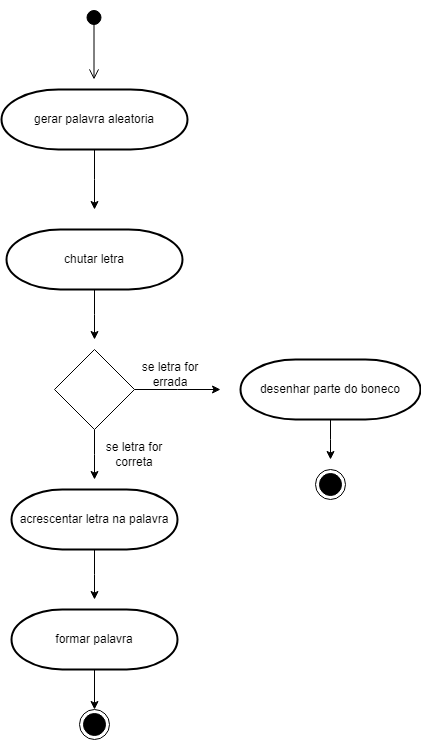
KalCastro/Jogo_da_Forca keeps this draw.io diagram as Diagrama de Atividade.drawio.png. Above is the earlier version. Source tidied: cells renumbered, new cells last; positions are measured from the earlier drawing's top-left corner, leaving out a move shared by most shapes. Source of this version:
```xml
<mxGraphModel>
  <root>
    <mxCell id="0" />
    <mxCell id="1" parent="0" />
    <mxCell id="2" style="edgeStyle=orthogonalEdgeStyle;rounded=0;jettySize=auto;html=1;" parent="1" edge="1" source="4">
      <mxGeometry relative="1" as="geometry">
        <mxPoint x="219" y="380" as="targetPoint" />
      </mxGeometry>
    </mxCell>
    <mxCell id="3" style="edgeStyle=orthogonalEdgeStyle;rounded=0;jettySize=auto;html=1;" parent="1" edge="1" source="4">
      <mxGeometry relative="1" as="geometry">
        <mxPoint x="93" y="470" as="targetPoint" />
      </mxGeometry>
    </mxCell>
    <mxCell id="4" style="rhombus;whiteSpace=wrap;html=1;" parent="1" vertex="1">
      <mxGeometry x="53" y="340" width="80" height="80" as="geometry" />
    </mxCell>
    <mxCell id="5" style="edgeStyle=orthogonalEdgeStyle;rounded=0;jettySize=auto;html=1;entryX=0.5;entryY=0;entryDx=0;entryDy=0;" parent="1" edge="1" source="6" target="19">
      <mxGeometry relative="1" as="geometry" />
    </mxCell>
    <mxCell id="6" value="formar palavra" style="strokeWidth=2;html=1;shape=mxgraph.flowchart.terminator;whiteSpace=wrap;" parent="1" vertex="1">
      <mxGeometry x="10" y="600" width="166" height="60" as="geometry" />
    </mxCell>
    <mxCell id="7" style="edgeStyle=orthogonalEdgeStyle;rounded=0;jettySize=auto;html=1;" parent="1" edge="1" source="8">
      <mxGeometry relative="1" as="geometry">
        <mxPoint x="93" y="590" as="targetPoint" />
      </mxGeometry>
    </mxCell>
    <mxCell id="8" value="acrescentar letra na palavra" style="strokeWidth=2;html=1;shape=mxgraph.flowchart.terminator;whiteSpace=wrap;" parent="1" vertex="1">
      <mxGeometry x="10" y="480" width="166" height="60" as="geometry" />
    </mxCell>
    <mxCell id="9" style="edgeStyle=orthogonalEdgeStyle;rounded=0;jettySize=auto;html=1;" parent="1" edge="1" source="10">
      <mxGeometry relative="1" as="geometry">
        <mxPoint x="93" y="200" as="targetPoint" />
      </mxGeometry>
    </mxCell>
    <mxCell id="10" value="gerar palavra aleatoria" style="strokeWidth=2;html=1;shape=mxgraph.flowchart.terminator;whiteSpace=wrap;" parent="1" vertex="1">
      <mxGeometry y="80" width="186" height="60" as="geometry" />
    </mxCell>
    <mxCell id="11" style="edgeStyle=orthogonalEdgeStyle;rounded=0;jettySize=auto;html=1;" parent="1" edge="1" source="12">
      <mxGeometry relative="1" as="geometry">
        <mxPoint x="93" y="330" as="targetPoint" />
      </mxGeometry>
    </mxCell>
    <mxCell id="12" value="chutar letra" style="strokeWidth=2;html=1;shape=mxgraph.flowchart.terminator;whiteSpace=wrap;" parent="1" vertex="1">
      <mxGeometry x="5" y="220" width="176" height="60" as="geometry" />
    </mxCell>
    <mxCell id="13" style="edgeStyle=orthogonalEdgeStyle;rounded=0;jettySize=auto;html=1;" parent="1" edge="1" source="14">
      <mxGeometry relative="1" as="geometry">
        <mxPoint x="329" y="450" as="targetPoint" />
      </mxGeometry>
    </mxCell>
    <mxCell id="14" value="desenhar parte do boneco" style="strokeWidth=2;html=1;shape=mxgraph.flowchart.terminator;whiteSpace=wrap;" parent="1" vertex="1">
      <mxGeometry x="239" y="350" width="180" height="60" as="geometry" />
    </mxCell>
    <mxCell id="15" style="ellipse;html=1;shape=endState;fillColor=#000000;strokeColor=#000000;" parent="1" vertex="1">
      <mxGeometry x="314" y="460" width="30" height="30" as="geometry" />
    </mxCell>
    <mxCell id="16" style="html=1;verticalAlign=bottom;startArrow=circle;startFill=1;endArrow=open;startSize=6;endSize=8;curved=0;rounded=0;" parent="1" edge="1">
      <mxGeometry relative="1" as="geometry">
        <mxPoint x="92.5" as="sourcePoint" />
        <mxPoint x="92.5" y="70" as="targetPoint" />
      </mxGeometry>
    </mxCell>
    <mxCell id="17" value="se letra for errada" style="text;html=1;strokeColor=none;fillColor=none;align=center;verticalAlign=middle;whiteSpace=wrap;rounded=0;" parent="1" vertex="1">
      <mxGeometry x="139" y="350" width="60" height="30" as="geometry" />
    </mxCell>
    <mxCell id="18" value="se letra for correta" style="text;html=1;strokeColor=none;fillColor=none;align=center;verticalAlign=middle;whiteSpace=wrap;rounded=0;" parent="1" vertex="1">
      <mxGeometry x="103" y="430" width="60" height="30" as="geometry" />
    </mxCell>
    <mxCell id="19" style="ellipse;html=1;shape=endState;fillColor=#000000;strokeColor=#000000;" parent="1" vertex="1">
      <mxGeometry x="78" y="700" width="30" height="30" as="geometry" />
    </mxCell>
  </root>
</mxGraphModel>
```
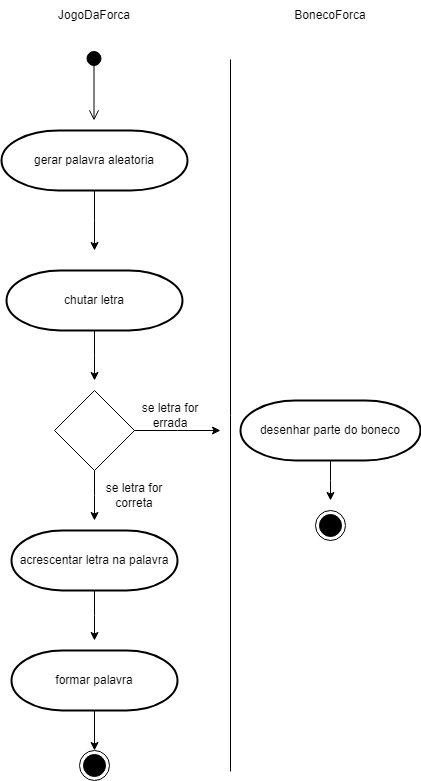
After the change.

Change to the diagram source:
```diff
@@ -71,5 +71,17 @@
     <mxCell id="19" style="ellipse;html=1;shape=endState;fillColor=#000000;strokeColor=#000000;" parent="1" vertex="1">
       <mxGeometry x="78" y="700" width="30" height="30" as="geometry" />
     </mxCell>
+    <mxCell id="20" style="endArrow=none;html=1;rounded=0;" parent="1" edge="1">
+      <mxGeometry relative="1" as="geometry">
+        <mxPoint x="229" y="9" as="sourcePoint" />
+        <mxPoint x="229" y="721" as="targetPoint" />
+      </mxGeometry>
+    </mxCell>
+    <mxCell id="21" value="BonecoForca" style="text;html=1;strokeColor=none;fillColor=none;align=center;verticalAlign=middle;whiteSpace=wrap;rounded=0;" parent="1" vertex="1">
+      <mxGeometry x="299" y="-50" width="60" height="30" as="geometry" />
+    </mxCell>
+    <mxCell id="22" value="JogoDaForca" style="text;html=1;strokeColor=none;fillColor=none;align=center;verticalAlign=middle;whiteSpace=wrap;rounded=0;" parent="1" vertex="1">
+      <mxGeometry x="63" y="-50" width="60" height="30" as="geometry" />
+    </mxCell>
   </root>
 </mxGraphModel>
```
